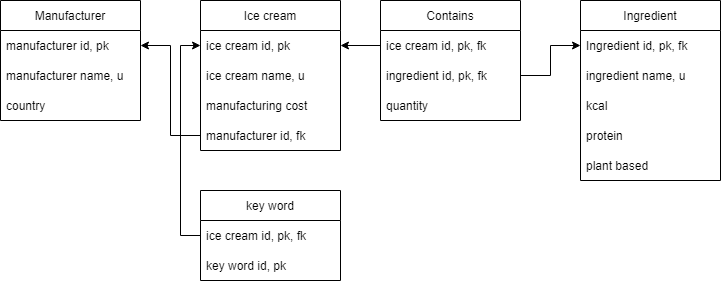
Above: T4.png in auguenn/Database-modelling-and-design (draw.io), before the change. Source tidied: cells renumbered, new cells last; positions are measured from the earlier drawing's top-left corner, leaving out a move shared by most shapes. The source it was exported from:
```xml
<mxGraphModel>
  <root>
    <mxCell id="0" />
    <mxCell id="1" parent="0" />
    <mxCell id="2" value="Manufacturer" style="swimlane;fontStyle=0;horizontal=1;startSize=30;" parent="1" vertex="1">
      <mxGeometry width="140" height="120" as="geometry" />
    </mxCell>
    <mxCell id="3" value="manufacturer id, pk" style="text;strokeColor=none;fillColor=none;align=left;verticalAlign=middle;spacingLeft=4;spacingRight=4;overflow=hidden;points=[[0,0.5],[1,0.5]];portConstraint=eastwest;" parent="2" vertex="1">
      <mxGeometry y="30" width="140" height="30" as="geometry" />
    </mxCell>
    <mxCell id="4" value="manufacturer name, u" style="text;strokeColor=none;fillColor=none;align=left;verticalAlign=middle;spacingLeft=4;spacingRight=4;overflow=hidden;" parent="2" vertex="1">
      <mxGeometry y="60" width="140" height="30" as="geometry" />
    </mxCell>
    <mxCell id="5" value="country" style="text;strokeColor=none;fillColor=none;align=left;verticalAlign=middle;spacingLeft=4;spacingRight=4;overflow=hidden;points=[[0,0.5],[1,0.5]];portConstraint=eastwest;" parent="2" vertex="1">
      <mxGeometry y="90" width="140" height="30" as="geometry" />
    </mxCell>
    <mxCell id="6" value="Ice cream" style="swimlane;fontStyle=0;horizontal=1;startSize=30;" parent="1" vertex="1">
      <mxGeometry x="200" width="140" height="150" as="geometry" />
    </mxCell>
    <mxCell id="7" value="ice cream id, pk" style="text;strokeColor=none;fillColor=none;align=left;verticalAlign=middle;spacingLeft=4;spacingRight=4;overflow=hidden;points=[[0,0.5],[1,0.5]];portConstraint=eastwest;" parent="6" vertex="1">
      <mxGeometry y="30" width="140" height="30" as="geometry" />
    </mxCell>
    <mxCell id="8" value="ice cream name, u" style="text;strokeColor=none;fillColor=none;align=left;verticalAlign=middle;spacingLeft=4;spacingRight=4;overflow=hidden;" parent="6" vertex="1">
      <mxGeometry y="60" width="140" height="30" as="geometry" />
    </mxCell>
    <mxCell id="9" value="manufacturing cost" style="text;strokeColor=none;fillColor=none;align=left;verticalAlign=middle;spacingLeft=4;spacingRight=4;overflow=hidden;" parent="6" vertex="1">
      <mxGeometry y="90" width="140" height="30" as="geometry" />
    </mxCell>
    <mxCell id="10" value="manufacturer id, fk" style="text;strokeColor=none;fillColor=none;align=left;verticalAlign=middle;spacingLeft=4;spacingRight=4;overflow=hidden;points=[[0,0.5],[1,0.5]];portConstraint=eastwest;" parent="6" vertex="1">
      <mxGeometry y="120" width="140" height="30" as="geometry" />
    </mxCell>
    <mxCell id="11" value="Contains" style="swimlane;fontStyle=0;horizontal=1;startSize=30;" parent="1" vertex="1">
      <mxGeometry x="380" width="140" height="120" as="geometry" />
    </mxCell>
    <mxCell id="12" value="ice cream id, pk, fk" style="text;strokeColor=none;fillColor=none;align=left;verticalAlign=middle;spacingLeft=4;spacingRight=4;overflow=hidden;points=[[0,0.5],[1,0.5]];portConstraint=eastwest;" parent="11" vertex="1">
      <mxGeometry y="30" width="140" height="30" as="geometry" />
    </mxCell>
    <mxCell id="13" value="ingredient id, pk, fk" style="text;strokeColor=none;fillColor=none;align=left;verticalAlign=middle;spacingLeft=4;spacingRight=4;overflow=hidden;points=[[0,0.5],[1,0.5]];portConstraint=eastwest;" parent="11" vertex="1">
      <mxGeometry y="60" width="140" height="30" as="geometry" />
    </mxCell>
    <mxCell id="14" value="quantity" style="text;strokeColor=none;fillColor=none;align=left;verticalAlign=middle;spacingLeft=4;spacingRight=4;overflow=hidden;points=[[0,0.5],[1,0.5]];portConstraint=eastwest;" parent="11" vertex="1">
      <mxGeometry y="90" width="140" height="30" as="geometry" />
    </mxCell>
    <mxCell id="15" value="Ingredient" style="swimlane;fontStyle=0;horizontal=1;startSize=30;" parent="1" vertex="1">
      <mxGeometry x="580" width="140" height="180" as="geometry" />
    </mxCell>
    <mxCell id="16" value="Ingredient id, pk, fk" style="text;strokeColor=none;fillColor=none;align=left;verticalAlign=middle;spacingLeft=4;spacingRight=4;overflow=hidden;points=[[0,0.5],[1,0.5]];portConstraint=eastwest;" parent="15" vertex="1">
      <mxGeometry y="30" width="140" height="30" as="geometry" />
    </mxCell>
    <mxCell id="17" value="ingredient name, u" style="text;strokeColor=none;fillColor=none;align=left;verticalAlign=middle;spacingLeft=4;spacingRight=4;overflow=hidden;" parent="15" vertex="1">
      <mxGeometry y="60" width="140" height="30" as="geometry" />
    </mxCell>
    <mxCell id="18" value="kcal" style="text;strokeColor=none;fillColor=none;align=left;verticalAlign=middle;spacingLeft=4;spacingRight=4;overflow=hidden;points=[[0,0.5],[1,0.5]];portConstraint=eastwest;" parent="15" vertex="1">
      <mxGeometry y="90" width="140" height="30" as="geometry" />
    </mxCell>
    <mxCell id="19" value="protein" style="text;strokeColor=none;fillColor=none;align=left;verticalAlign=middle;spacingLeft=4;spacingRight=4;overflow=hidden;points=[[0,0.5],[1,0.5]];portConstraint=eastwest;" parent="15" vertex="1">
      <mxGeometry y="120" width="140" height="30" as="geometry" />
    </mxCell>
    <mxCell id="20" value="plant based" style="text;strokeColor=none;fillColor=none;align=left;verticalAlign=middle;spacingLeft=4;spacingRight=4;overflow=hidden;" parent="15" vertex="1">
      <mxGeometry y="150" width="140" height="30" as="geometry" />
    </mxCell>
    <mxCell id="21" style="edgeStyle=orthogonalEdgeStyle;rounded=0;jettySize=auto;html=1;exitX=1;exitY=0.5;exitDx=0;exitDy=0;entryX=0;entryY=0.5;entryDx=0;entryDy=0;" parent="1" edge="1" source="13" target="16">
      <mxGeometry relative="1" as="geometry" />
    </mxCell>
    <mxCell id="22" style="edgeStyle=orthogonalEdgeStyle;rounded=0;jettySize=auto;html=1;exitX=0;exitY=0.5;exitDx=0;exitDy=0;entryX=1;entryY=0.5;entryDx=0;entryDy=0;" parent="1" edge="1" source="12" target="7">
      <mxGeometry relative="1" as="geometry" />
    </mxCell>
    <mxCell id="23" style="edgeStyle=orthogonalEdgeStyle;rounded=0;jettySize=auto;html=1;exitX=0;exitY=0.5;exitDx=0;exitDy=0;entryX=1;entryY=0.5;entryDx=0;entryDy=0;" parent="1" edge="1" source="10" target="3">
      <mxGeometry relative="1" as="geometry" />
    </mxCell>
    <mxCell id="24" value="key word" style="swimlane;fontStyle=0;horizontal=1;startSize=30;" parent="1" vertex="1">
      <mxGeometry x="200" y="190" width="140" height="90" as="geometry" />
    </mxCell>
    <mxCell id="25" value="ice cream id, pk, fk" style="text;strokeColor=none;fillColor=none;align=left;verticalAlign=middle;spacingLeft=4;spacingRight=4;overflow=hidden;points=[[0,0.5],[1,0.5]];portConstraint=eastwest;" parent="24" vertex="1">
      <mxGeometry y="30" width="140" height="30" as="geometry" />
    </mxCell>
    <mxCell id="26" value="key word id, pk" style="text;strokeColor=none;fillColor=none;align=left;verticalAlign=middle;spacingLeft=4;spacingRight=4;overflow=hidden;" parent="24" vertex="1">
      <mxGeometry y="60" width="140" height="30" as="geometry" />
    </mxCell>
    <mxCell id="27" style="edgeStyle=orthogonalEdgeStyle;rounded=0;jettySize=auto;html=1;entryX=0;entryY=0.5;entryDx=0;entryDy=0;" parent="1" edge="1" source="25" target="7">
      <mxGeometry relative="1" as="geometry">
        <Array as="points">
          <mxPoint x="180" y="235" />
          <mxPoint x="180" y="45" />
        </Array>
      </mxGeometry>
    </mxCell>
  </root>
</mxGraphModel>
```
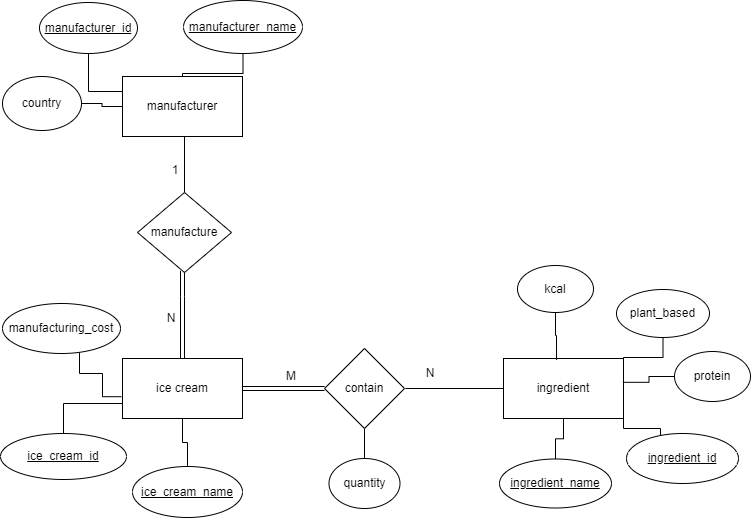
After the commit.

The edit, as a diff of the source:
```diff
@@ -2,88 +2,136 @@
   <root>
     <mxCell id="0" />
     <mxCell id="1" parent="0" />
-    <mxCell id="2" value="Manufacturer" style="swimlane;fontStyle=0;horizontal=1;startSize=30;" parent="1" vertex="1">
-      <mxGeometry width="140" height="120" as="geometry" />
-    </mxCell>
-    <mxCell id="3" value="manufacturer id, pk" style="text;strokeColor=none;fillColor=none;align=left;verticalAlign=middle;spacingLeft=4;spacingRight=4;overflow=hidden;points=[[0,0.5],[1,0.5]];portConstraint=eastwest;" parent="2" vertex="1">
-      <mxGeometry y="30" width="140" height="30" as="geometry" />
-    </mxCell>
-    <mxCell id="4" value="manufacturer name, u" style="text;strokeColor=none;fillColor=none;align=left;verticalAlign=middle;spacingLeft=4;spacingRight=4;overflow=hidden;" parent="2" vertex="1">
-      <mxGeometry y="60" width="140" height="30" as="geometry" />
-    </mxCell>
+    <mxCell id="28" style="edgeStyle=orthogonalEdgeStyle;rounded=0;jettySize=auto;html=1;endArrow=none;endFill=0;" parent="1" edge="1" source="31">
+      <mxGeometry relative="1" as="geometry">
+        <mxPoint x="370.8" y="389" as="targetPoint" />
+      </mxGeometry>
+    </mxCell>
+    <mxCell id="29" style="edgeStyle=orthogonalEdgeStyle;rounded=0;jettySize=auto;html=1;entryX=0.5;entryY=0;entryDx=0;entryDy=0;endArrow=none;endFill=0;" parent="1" edge="1" source="31" target="55">
+      <mxGeometry relative="1" as="geometry" />
+    </mxCell>
+    <mxCell id="30" style="edgeStyle=orthogonalEdgeStyle;rounded=0;jettySize=auto;html=1;entryX=0.304;entryY=0.08;entryDx=0;entryDy=0;entryPerimeter=0;endArrow=none;endFill=0;exitX=1;exitY=1;exitDx=0;exitDy=0;" parent="1" edge="1" source="31" target="56">
+      <mxGeometry relative="1" as="geometry">
+        <Array as="points">
+          <mxPoint x="589" y="429" />
+          <mxPoint x="626" y="429" />
+        </Array>
+      </mxGeometry>
+    </mxCell>
+    <mxCell id="31" value="ingredient" style="rounded=0;whiteSpace=wrap;html=1;" parent="1" vertex="1">
+      <mxGeometry x="469" y="359" width="120" height="60" as="geometry" />
+    </mxCell>
+    <mxCell id="32" style="edgeStyle=orthogonalEdgeStyle;shape=link;rounded=0;jettySize=auto;html=1;entryX=0;entryY=0.5;entryDx=0;entryDy=0;endArrow=none;endFill=0;" parent="1" edge="1" source="33" target="36">
+      <mxGeometry relative="1" as="geometry" />
+    </mxCell>
+    <mxCell id="33" value="ice cream" style="rounded=0;whiteSpace=wrap;html=1;" parent="1" vertex="1">
+      <mxGeometry x="88" y="359" width="120" height="60" as="geometry" />
+    </mxCell>
+    <mxCell id="34" style="edgeStyle=orthogonalEdgeStyle;rounded=0;jettySize=auto;html=1;entryX=0.5;entryY=0;entryDx=0;entryDy=0;endArrow=none;endFill=0;" parent="1" edge="1" target="38">
+      <mxGeometry relative="1" as="geometry">
+        <mxPoint x="150" y="135" as="sourcePoint" />
+      </mxGeometry>
+    </mxCell>
+    <mxCell id="35" value="manufacturer" style="rounded=0;whiteSpace=wrap;html=1;" parent="1" vertex="1">
+      <mxGeometry x="88" y="77" width="120" height="60" as="geometry" />
+    </mxCell>
+    <mxCell id="36" value="contain" style="rhombus;whiteSpace=wrap;html=1;" parent="1" vertex="1">
+      <mxGeometry x="290" y="349" width="80" height="80" as="geometry" />
+    </mxCell>
+    <mxCell id="37" style="edgeStyle=orthogonalEdgeStyle;rounded=0;jettySize=auto;html=1;entryX=0.5;entryY=0;entryDx=0;entryDy=0;endArrow=none;endFill=0;shape=link;" parent="1" edge="1" source="38" target="33">
+      <mxGeometry relative="1" as="geometry">
+        <Array as="points">
+          <mxPoint x="148" y="297" />
+          <mxPoint x="148" y="297" />
+        </Array>
+      </mxGeometry>
+    </mxCell>
+    <mxCell id="38" value="manufacture" style="rhombus;whiteSpace=wrap;html=1;" parent="1" vertex="1">
+      <mxGeometry x="103" y="193" width="94" height="80" as="geometry" />
+    </mxCell>
+    <mxCell id="39" style="edgeStyle=orthogonalEdgeStyle;rounded=0;jettySize=auto;html=1;entryX=0.5;entryY=1;entryDx=0;entryDy=0;endArrow=none;endFill=0;" parent="1" edge="1" source="14" target="36">
+      <mxGeometry relative="1" as="geometry" />
+    </mxCell>
+    <mxCell id="14" value="quantity" style="ellipse;whiteSpace=wrap;html=1;" parent="1" vertex="1">
+      <mxGeometry x="294.5" y="459" width="71" height="50" as="geometry" />
+    </mxCell>
+    <mxCell id="40" value="M" style="text;html=1;strokeColor=none;fillColor=none;align=center;verticalAlign=middle;whiteSpace=wrap;rounded=0;" parent="1" vertex="1">
+      <mxGeometry x="227" y="362" width="60" height="30" as="geometry" />
+    </mxCell>
+    <mxCell id="41" value="N" style="text;html=1;strokeColor=none;fillColor=none;align=center;verticalAlign=middle;whiteSpace=wrap;rounded=0;" parent="1" vertex="1">
+      <mxGeometry x="365.5" y="359" width="60" height="30" as="geometry" />
+    </mxCell>
+    <mxCell id="42" value="N" style="text;html=1;strokeColor=none;fillColor=none;align=center;verticalAlign=middle;whiteSpace=wrap;rounded=0;" parent="1" vertex="1">
+      <mxGeometry x="107" y="304" width="60" height="30" as="geometry" />
+    </mxCell>
+    <mxCell id="43" value="1" style="text;html=1;strokeColor=none;fillColor=none;align=center;verticalAlign=middle;whiteSpace=wrap;rounded=0;" parent="1" vertex="1">
+      <mxGeometry x="111" y="156" width="60" height="30" as="geometry" />
+    </mxCell>
+    <mxCell id="44" style="edgeStyle=orthogonalEdgeStyle;rounded=0;jettySize=auto;html=1;endArrow=none;endFill=0;" parent="1" edge="1" source="45" target="35">
+      <mxGeometry relative="1" as="geometry" />
+    </mxCell>
+    <mxCell id="45" value="&lt;u&gt;manufacturer_name&lt;/u&gt;" style="ellipse;whiteSpace=wrap;html=1;" parent="1" vertex="1">
+      <mxGeometry x="149" y="1" width="119" height="53" as="geometry" />
+    </mxCell>
+    <mxCell id="46" style="edgeStyle=orthogonalEdgeStyle;rounded=0;jettySize=auto;html=1;entryX=0;entryY=0.25;entryDx=0;entryDy=0;endArrow=none;endFill=0;" parent="1" edge="1" source="47" target="35">
+      <mxGeometry relative="1" as="geometry" />
+    </mxCell>
+    <mxCell id="47" value="&lt;u&gt;manufacturer_id&lt;/u&gt;" style="ellipse;whiteSpace=wrap;html=1;" parent="1" vertex="1">
+      <mxGeometry x="5" y="3" width="98" height="51" as="geometry" />
+    </mxCell>
+    <mxCell id="48" style="edgeStyle=orthogonalEdgeStyle;rounded=0;jettySize=auto;html=1;entryX=0;entryY=0.5;entryDx=0;entryDy=0;endArrow=none;endFill=0;" parent="1" edge="1" source="5" target="35">
+      <mxGeometry relative="1" as="geometry" />
+    </mxCell>
-    <mxCell id="5" value="country" style="text;strokeColor=none;fillColor=none;align=left;verticalAlign=middle;spacingLeft=4;spacingRight=4;overflow=hidden;points=[[0,0.5],[1,0.5]];portConstraint=eastwest;" parent="2" vertex="1">
-      <mxGeometry y="90" width="140" height="30" as="geometry" />
+    <mxCell id="5" value="country" style="ellipse;whiteSpace=wrap;html=1;" parent="1" vertex="1">
+      <mxGeometry x="-32" y="77" width="79" height="54" as="geometry" />
     </mxCell>
-    <mxCell id="6" value="Ice cream" style="swimlane;fontStyle=0;horizontal=1;startSize=30;" parent="1" vertex="1">
-      <mxGeometry x="200" width="140" height="150" as="geometry" />
-    </mxCell>
-    <mxCell id="7" value="ice cream id, pk" style="text;strokeColor=none;fillColor=none;align=left;verticalAlign=middle;spacingLeft=4;spacingRight=4;overflow=hidden;points=[[0,0.5],[1,0.5]];portConstraint=eastwest;" parent="6" vertex="1">
-      <mxGeometry y="30" width="140" height="30" as="geometry" />
-    </mxCell>
-    <mxCell id="8" value="ice cream name, u" style="text;strokeColor=none;fillColor=none;align=left;verticalAlign=middle;spacingLeft=4;spacingRight=4;overflow=hidden;" parent="6" vertex="1">
-      <mxGeometry y="60" width="140" height="30" as="geometry" />
-    </mxCell>
-    <mxCell id="9" value="manufacturing cost" style="text;strokeColor=none;fillColor=none;align=left;verticalAlign=middle;spacingLeft=4;spacingRight=4;overflow=hidden;" parent="6" vertex="1">
-      <mxGeometry y="90" width="140" height="30" as="geometry" />
-    </mxCell>
-    <mxCell id="10" value="manufacturer id, fk" style="text;strokeColor=none;fillColor=none;align=left;verticalAlign=middle;spacingLeft=4;spacingRight=4;overflow=hidden;points=[[0,0.5],[1,0.5]];portConstraint=eastwest;" parent="6" vertex="1">
-      <mxGeometry y="120" width="140" height="30" as="geometry" />
-    </mxCell>
-    <mxCell id="11" value="Contains" style="swimlane;fontStyle=0;horizontal=1;startSize=30;" parent="1" vertex="1">
-      <mxGeometry x="380" width="140" height="120" as="geometry" />
-    </mxCell>
-    <mxCell id="12" value="ice cream id, pk, fk" style="text;strokeColor=none;fillColor=none;align=left;verticalAlign=middle;spacingLeft=4;spacingRight=4;overflow=hidden;points=[[0,0.5],[1,0.5]];portConstraint=eastwest;" parent="11" vertex="1">
-      <mxGeometry y="30" width="140" height="30" as="geometry" />
-    </mxCell>
-    <mxCell id="13" value="ingredient id, pk, fk" style="text;strokeColor=none;fillColor=none;align=left;verticalAlign=middle;spacingLeft=4;spacingRight=4;overflow=hidden;points=[[0,0.5],[1,0.5]];portConstraint=eastwest;" parent="11" vertex="1">
-      <mxGeometry y="60" width="140" height="30" as="geometry" />
-    </mxCell>
-    <mxCell id="14" value="quantity" style="text;strokeColor=none;fillColor=none;align=left;verticalAlign=middle;spacingLeft=4;spacingRight=4;overflow=hidden;points=[[0,0.5],[1,0.5]];portConstraint=eastwest;" parent="11" vertex="1">
-      <mxGeometry y="90" width="140" height="30" as="geometry" />
-    </mxCell>
-    <mxCell id="15" value="Ingredient" style="swimlane;fontStyle=0;horizontal=1;startSize=30;" parent="1" vertex="1">
-      <mxGeometry x="580" width="140" height="180" as="geometry" />
-    </mxCell>
-    <mxCell id="16" value="Ingredient id, pk, fk" style="text;strokeColor=none;fillColor=none;align=left;verticalAlign=middle;spacingLeft=4;spacingRight=4;overflow=hidden;points=[[0,0.5],[1,0.5]];portConstraint=eastwest;" parent="15" vertex="1">
-      <mxGeometry y="30" width="140" height="30" as="geometry" />
-    </mxCell>
-    <mxCell id="17" value="ingredient name, u" style="text;strokeColor=none;fillColor=none;align=left;verticalAlign=middle;spacingLeft=4;spacingRight=4;overflow=hidden;" parent="15" vertex="1">
-      <mxGeometry y="60" width="140" height="30" as="geometry" />
-    </mxCell>
+    <mxCell id="49" style="edgeStyle=orthogonalEdgeStyle;rounded=0;jettySize=auto;html=1;entryX=0.5;entryY=1;entryDx=0;entryDy=0;endArrow=none;endFill=0;" parent="1" edge="1" source="50" target="33">
+      <mxGeometry relative="1" as="geometry" />
+    </mxCell>
+    <mxCell id="50" value="&lt;u&gt;ice_cream_name&lt;/u&gt;" style="ellipse;whiteSpace=wrap;html=1;" parent="1" vertex="1">
+      <mxGeometry x="98" y="467" width="110" height="51" as="geometry" />
+    </mxCell>
+    <mxCell id="51" style="edgeStyle=orthogonalEdgeStyle;rounded=0;jettySize=auto;html=1;endArrow=none;endFill=0;entryX=0;entryY=0.75;entryDx=0;entryDy=0;" parent="1" edge="1" source="52" target="33">
+      <mxGeometry relative="1" as="geometry" />
+    </mxCell>
+    <mxCell id="52" value="&lt;u&gt;ice_cream_id&lt;/u&gt;" style="ellipse;whiteSpace=wrap;html=1;" parent="1" vertex="1">
+      <mxGeometry x="-34" y="434" width="126" height="46" as="geometry" />
+    </mxCell>
+    <mxCell id="53" style="edgeStyle=orthogonalEdgeStyle;rounded=0;jettySize=auto;html=1;entryX=-0.01;entryY=0.637;entryDx=0;entryDy=0;entryPerimeter=0;endArrow=none;endFill=0;" parent="1" edge="1" source="54" target="33">
+      <mxGeometry relative="1" as="geometry">
+        <Array as="points">
+          <mxPoint x="45" y="374" />
+          <mxPoint x="68" y="374" />
+          <mxPoint x="68" y="397" />
+        </Array>
+      </mxGeometry>
+    </mxCell>
+    <mxCell id="54" value="manufacturing_cost" style="ellipse;whiteSpace=wrap;html=1;" parent="1" vertex="1">
+      <mxGeometry x="-32" y="304" width="118" height="50" as="geometry" />
+    </mxCell>
+    <mxCell id="55" value="&lt;u&gt;ingredient_name&lt;/u&gt;" style="ellipse;whiteSpace=wrap;html=1;" parent="1" vertex="1">
+      <mxGeometry x="465" y="459.5" width="112" height="49" as="geometry" />
+    </mxCell>
+    <mxCell id="56" value="&lt;u&gt;ingredient_id&lt;/u&gt;" style="ellipse;whiteSpace=wrap;html=1;" parent="1" vertex="1">
+      <mxGeometry x="592" y="434" width="112" height="50" as="geometry" />
+    </mxCell>
+    <mxCell id="57" style="edgeStyle=orthogonalEdgeStyle;rounded=0;jettySize=auto;html=1;entryX=0.995;entryY=0.397;entryDx=0;entryDy=0;entryPerimeter=0;endArrow=none;endFill=0;" parent="1" edge="1" source="19" target="31">
+      <mxGeometry relative="1" as="geometry" />
+    </mxCell>
+    <mxCell id="19" value="protein" style="ellipse;whiteSpace=wrap;html=1;" parent="1" vertex="1">
+      <mxGeometry x="640" y="352" width="76" height="50" as="geometry" />
+    </mxCell>
+    <mxCell id="58" style="edgeStyle=orthogonalEdgeStyle;rounded=0;jettySize=auto;html=1;entryX=1;entryY=0;entryDx=0;entryDy=0;endArrow=none;endFill=0;" parent="1" edge="1" source="59" target="31">
+      <mxGeometry relative="1" as="geometry" />
+    </mxCell>
+    <mxCell id="59" value="plant_based" style="ellipse;whiteSpace=wrap;html=1;" parent="1" vertex="1">
+      <mxGeometry x="582" y="290" width="93" height="48" as="geometry" />
+    </mxCell>
+    <mxCell id="60" style="edgeStyle=orthogonalEdgeStyle;rounded=0;jettySize=auto;html=1;entryX=0.442;entryY=0.023;entryDx=0;entryDy=0;entryPerimeter=0;endArrow=none;endFill=0;" parent="1" edge="1" source="18" target="31">
+      <mxGeometry relative="1" as="geometry" />
+    </mxCell>
-    <mxCell id="18" value="kcal" style="text;strokeColor=none;fillColor=none;align=left;verticalAlign=middle;spacingLeft=4;spacingRight=4;overflow=hidden;points=[[0,0.5],[1,0.5]];portConstraint=eastwest;" parent="15" vertex="1">
-      <mxGeometry y="90" width="140" height="30" as="geometry" />
+    <mxCell id="18" value="kcal" style="ellipse;whiteSpace=wrap;html=1;" parent="1" vertex="1">
+      <mxGeometry x="483" y="266" width="76" height="47" as="geometry" />
     </mxCell>
-    <mxCell id="19" value="protein" style="text;strokeColor=none;fillColor=none;align=left;verticalAlign=middle;spacingLeft=4;spacingRight=4;overflow=hidden;points=[[0,0.5],[1,0.5]];portConstraint=eastwest;" parent="15" vertex="1">
-      <mxGeometry y="120" width="140" height="30" as="geometry" />
-    </mxCell>
-    <mxCell id="20" value="plant based" style="text;strokeColor=none;fillColor=none;align=left;verticalAlign=middle;spacingLeft=4;spacingRight=4;overflow=hidden;" parent="15" vertex="1">
-      <mxGeometry y="150" width="140" height="30" as="geometry" />
-    </mxCell>
-    <mxCell id="21" style="edgeStyle=orthogonalEdgeStyle;rounded=0;jettySize=auto;html=1;exitX=1;exitY=0.5;exitDx=0;exitDy=0;entryX=0;entryY=0.5;entryDx=0;entryDy=0;" parent="1" edge="1" source="13" target="16">
-      <mxGeometry relative="1" as="geometry" />
-    </mxCell>
-    <mxCell id="22" style="edgeStyle=orthogonalEdgeStyle;rounded=0;jettySize=auto;html=1;exitX=0;exitY=0.5;exitDx=0;exitDy=0;entryX=1;entryY=0.5;entryDx=0;entryDy=0;" parent="1" edge="1" source="12" target="7">
-      <mxGeometry relative="1" as="geometry" />
-    </mxCell>
-    <mxCell id="23" style="edgeStyle=orthogonalEdgeStyle;rounded=0;jettySize=auto;html=1;exitX=0;exitY=0.5;exitDx=0;exitDy=0;entryX=1;entryY=0.5;entryDx=0;entryDy=0;" parent="1" edge="1" source="10" target="3">
-      <mxGeometry relative="1" as="geometry" />
-    </mxCell>
-    <mxCell id="24" value="key word" style="swimlane;fontStyle=0;horizontal=1;startSize=30;" parent="1" vertex="1">
-      <mxGeometry x="200" y="190" width="140" height="90" as="geometry" />
-    </mxCell>
-    <mxCell id="25" value="ice cream id, pk, fk" style="text;strokeColor=none;fillColor=none;align=left;verticalAlign=middle;spacingLeft=4;spacingRight=4;overflow=hidden;points=[[0,0.5],[1,0.5]];portConstraint=eastwest;" parent="24" vertex="1">
-      <mxGeometry y="30" width="140" height="30" as="geometry" />
-    </mxCell>
-    <mxCell id="26" value="key word id, pk" style="text;strokeColor=none;fillColor=none;align=left;verticalAlign=middle;spacingLeft=4;spacingRight=4;overflow=hidden;" parent="24" vertex="1">
-      <mxGeometry y="60" width="140" height="30" as="geometry" />
-    </mxCell>
-    <mxCell id="27" style="edgeStyle=orthogonalEdgeStyle;rounded=0;jettySize=auto;html=1;entryX=0;entryY=0.5;entryDx=0;entryDy=0;" parent="1" edge="1" source="25" target="7">
-      <mxGeometry relative="1" as="geometry">
-        <Array as="points">
-          <mxPoint x="180" y="235" />
-          <mxPoint x="180" y="45" />
-        </Array>
-      </mxGeometry>
-    </mxCell>
   </root>
 </mxGraphModel>
```
